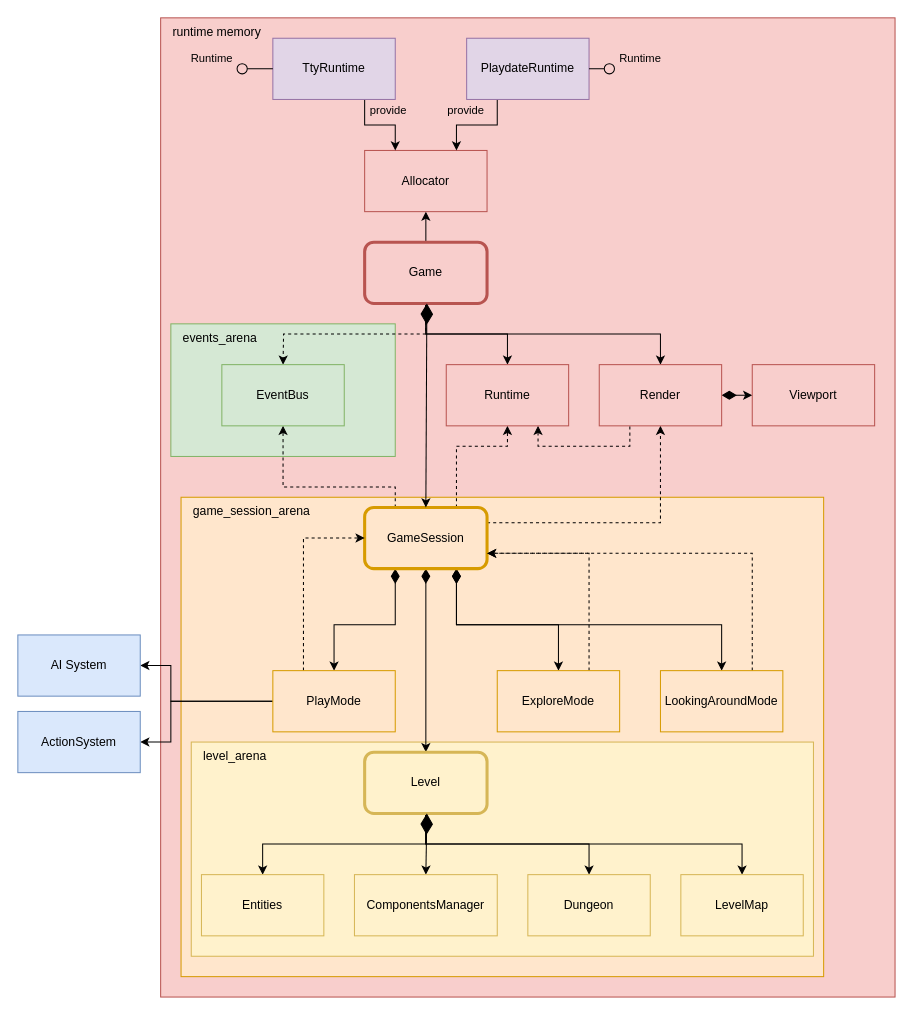
The draw.io diagram page "Main components" (2 of 8) of docs/schemas.drawio in vladimir-popov/forgotten_catacombs, before the edit. Source tidied: cells renumbered, new cells numbered last; positions are measured from the earlier drawing's top-left corner, leaving out a move shared by most shapes. Both pictures are drawn from the tidied source at 102%, with x=0, y=0 at pixel (17, 17).
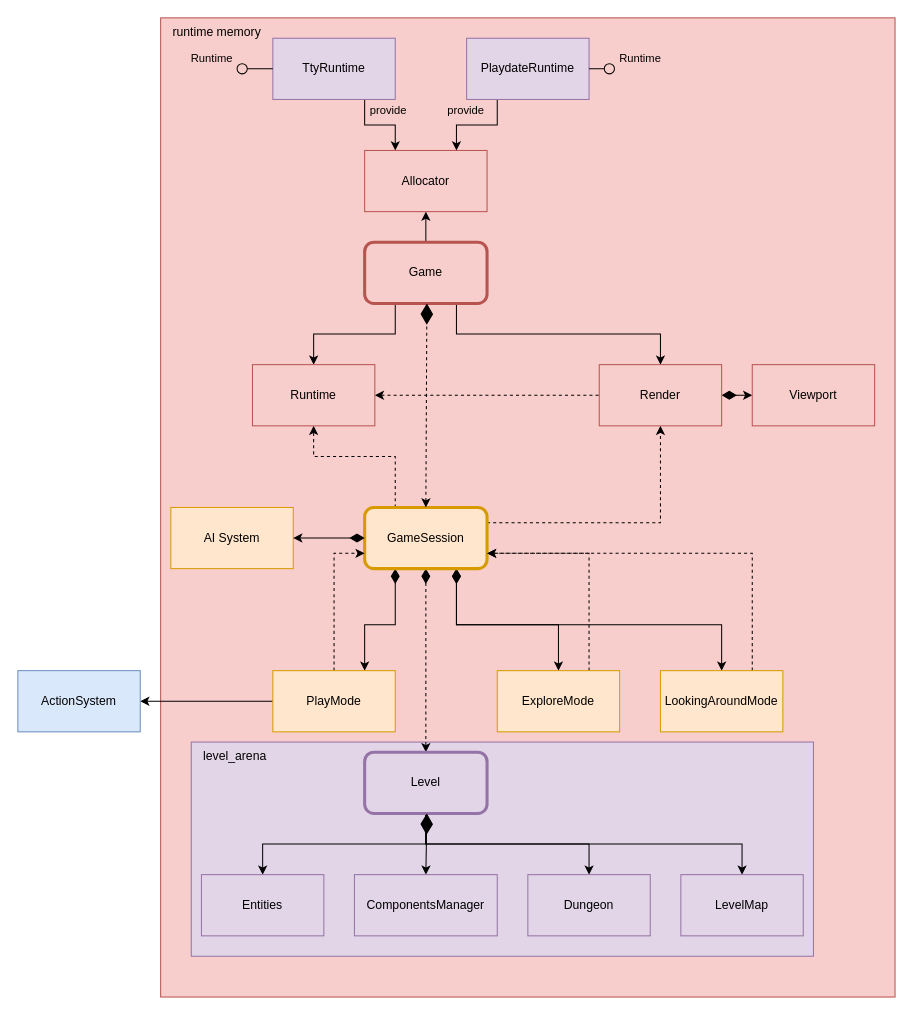
The same diagram, later.

Unchanged cells that the change refers to:
```xml
<mxCell id="10" value="Game" style="rounded=1;whiteSpace=wrap;html=1;fillColor=#f8cecc;strokeColor=#b85450;strokeWidth=3;" parent="1" vertex="1">
  <mxGeometry x="340" y="220" width="120" height="60" as="geometry" />
</mxCell>
<mxCell id="18" value="GameSession" style="rounded=1;whiteSpace=wrap;html=1;fillColor=#ffe6cc;strokeColor=#d79b00;strokeWidth=3;" parent="1" vertex="1">
  <mxGeometry x="340" y="480" width="120" height="60" as="geometry" />
</mxCell>
<mxCell id="25" value="Render" style="rounded=0;whiteSpace=wrap;html=1;fillColor=#f8cecc;strokeColor=#b85450;" parent="1" vertex="1">
  <mxGeometry x="570" y="340" width="120" height="60" as="geometry" />
</mxCell>
<mxCell id="31" value="PlayMode" style="rounded=0;whiteSpace=wrap;html=1;fillColor=#ffe6cc;strokeColor=#d79b00;" parent="1" vertex="1">
  <mxGeometry x="250" y="640" width="120" height="60" as="geometry" />
</mxCell>
```

What changed in the source:
```diff
@@
-    <mxCell id="3" value="events_arena" style="rounded=0;whiteSpace=wrap;html=1;fillColor=#d5e8d4;strokeColor=#82b366;align=left;verticalAlign=top;spacingLeft=10;" parent="1" vertex="1">
-      <mxGeometry x="150" y="300" width="220" height="130" as="geometry" />
-    </mxCell>
-    <mxCell id="4" value="game_session_arena" style="rounded=0;whiteSpace=wrap;html=1;fillColor=#ffe6cc;strokeColor=#d79b00;align=left;verticalAlign=top;spacingLeft=10;" parent="1" vertex="1">
-      <mxGeometry x="160" y="470" width="630" height="470" as="geometry" />
-    </mxCell>
-    <mxCell id="5" value="level_arena" style="rounded=0;whiteSpace=wrap;html=1;fillColor=#fff2cc;strokeColor=#d6b656;align=left;verticalAlign=top;spacingLeft=10;" parent="1" vertex="1">
+    <mxCell id="5" value="level_arena" style="rounded=0;whiteSpace=wrap;html=1;fillColor=#e1d5e7;strokeColor=#9673a6;align=left;verticalAlign=top;spacingLeft=10;" parent="1" vertex="1">
       <mxGeometry x="170" y="710" width="610" height="210" as="geometry" />
     </mxCell>
-    <mxCell id="6" style="edgeStyle=orthogonalEdgeStyle;rounded=0;jettySize=auto;html=1;exitX=0.5;exitY=1;exitDx=0;exitDy=0;dashed=1;" parent="1" edge="1" source="10">
-      <mxGeometry relative="1" as="geometry">
-        <mxPoint x="260" y="340" as="targetPoint" />
-      </mxGeometry>
-    </mxCell>
-    <mxCell id="7" style="edgeStyle=orthogonalEdgeStyle;rounded=0;jettySize=auto;html=1;exitX=0.5;exitY=1;exitDx=0;exitDy=0;entryX=0.5;entryY=0;entryDx=0;entryDy=0;" parent="1" edge="1" source="10" target="25">
+    <mxCell id="7" style="edgeStyle=orthogonalEdgeStyle;rounded=0;jettySize=auto;html=1;exitX=0.75;exitY=1;exitDx=0;exitDy=0;entryX=0.5;entryY=0;entryDx=0;entryDy=0;" parent="1" edge="1" source="10" target="25">
       <mxGeometry relative="1" as="geometry" />
     </mxCell>
-    <mxCell id="8" style="edgeStyle=orthogonalEdgeStyle;rounded=0;jettySize=auto;html=1;exitX=0.5;exitY=1;exitDx=0;exitDy=0;" parent="1" edge="1" source="10" target="45">
+    <mxCell id="8" style="edgeStyle=orthogonalEdgeStyle;rounded=0;jettySize=auto;html=1;exitX=0.25;exitY=1;exitDx=0;exitDy=0;" parent="1" edge="1" source="10" target="45">
       <mxGeometry relative="1" as="geometry" />
     </mxCell>
@@
-    <mxCell id="11" style="edgeStyle=orthogonalEdgeStyle;rounded=0;jettySize=auto;html=1;exitX=0.25;exitY=1;exitDx=0;exitDy=0;entryX=0.5;entryY=0;entryDx=0;entryDy=0;startArrow=diamondThin;startFill=1;startSize=12;" parent="1" edge="1" source="18" target="31">
+    <mxCell id="11" style="edgeStyle=orthogonalEdgeStyle;rounded=0;jettySize=auto;html=1;exitX=0.25;exitY=1;exitDx=0;exitDy=0;entryX=0.75;entryY=0;entryDx=0;entryDy=0;startArrow=diamondThin;startFill=1;startSize=12;" parent="1" edge="1" source="18" target="31">
       <mxGeometry relative="1" as="geometry" />
     </mxCell>
@@
-    <mxCell id="13" style="edgeStyle=orthogonalEdgeStyle;rounded=0;jettySize=auto;html=1;exitX=0.25;exitY=0;exitDx=0;exitDy=0;entryX=0.5;entryY=1;entryDx=0;entryDy=0;dashed=1;" parent="1" edge="1" source="18" target="40">
-      <mxGeometry relative="1" as="geometry">
-        <Array as="points">
-          <mxPoint x="370" y="460" />
-          <mxPoint x="260" y="460" />
-        </Array>
-      </mxGeometry>
-    </mxCell>
@@
-    <mxCell id="16" style="edgeStyle=orthogonalEdgeStyle;rounded=0;jettySize=auto;html=1;exitX=0.75;exitY=0;exitDx=0;exitDy=0;entryX=0.5;entryY=1;entryDx=0;entryDy=0;dashed=1;" parent="1" edge="1" source="18" target="45">
+    <mxCell id="16" style="edgeStyle=orthogonalEdgeStyle;rounded=0;jettySize=auto;html=1;exitX=0.25;exitY=0;exitDx=0;exitDy=0;entryX=0.5;entryY=1;entryDx=0;entryDy=0;dashed=1;" parent="1" edge="1" source="18" target="45">
       <mxGeometry relative="1" as="geometry">
         <Array as="points">
-          <mxPoint x="430" y="420" />
-          <mxPoint x="480" y="420" />
+          <mxPoint x="370" y="430" />
+          <mxPoint x="290" y="430" />
         </Array>
       </mxGeometry>
     </mxCell>
-    <mxCell id="17" style="edgeStyle=orthogonalEdgeStyle;rounded=0;jettySize=auto;html=1;exitX=0.5;exitY=1;exitDx=0;exitDy=0;entryX=0.5;entryY=0;entryDx=0;entryDy=0;startArrow=diamondThin;startFill=1;startSize=12;" parent="1" edge="1" source="18" target="22">
+    <mxCell id="17" style="edgeStyle=orthogonalEdgeStyle;rounded=0;jettySize=auto;html=1;exitX=0.5;exitY=1;exitDx=0;exitDy=0;entryX=0.5;entryY=0;entryDx=0;entryDy=0;startArrow=diamondThin;startFill=1;startSize=12;dashed=1;" parent="1" edge="1" source="18" target="22">
       <mxGeometry relative="1" as="geometry" />
     </mxCell>
@@
-    <mxCell id="22" value="Level" style="rounded=1;whiteSpace=wrap;html=1;fillColor=#fff2cc;strokeColor=#d6b656;strokeWidth=3;align=center;verticalAlign=middle;fontFamily=Helvetica;fontSize=12;" parent="1" vertex="1">
+    <mxCell id="22" value="Level" style="rounded=1;whiteSpace=wrap;html=1;fillColor=#e1d5e7;strokeColor=#9673a6;strokeWidth=3;align=center;verticalAlign=middle;fontFamily=Helvetica;fontSize=12;" parent="1" vertex="1">
       <mxGeometry x="340" y="720" width="120" height="60" as="geometry" />
     </mxCell>
-    <mxCell id="23" value="Dungeon" style="rounded=0;whiteSpace=wrap;html=1;fillColor=#fff2cc;strokeColor=#d6b656;" parent="1" vertex="1">
+    <mxCell id="23" value="Dungeon" style="rounded=0;whiteSpace=wrap;html=1;fillColor=#e1d5e7;strokeColor=#9673a6;" parent="1" vertex="1">
       <mxGeometry x="500" y="840" width="120" height="60" as="geometry" />
     </mxCell>
@@
-    <mxCell id="26" style="endArrow=diamondThin;endFill=1;endSize=18;html=1;rounded=0;exitX=0.5;exitY=0;exitDx=0;exitDy=0;startArrow=classic;startFill=1;strokeWidth=1;" parent="1" edge="1" source="18">
+    <mxCell id="26" style="endArrow=diamondThin;endFill=1;endSize=18;html=1;rounded=0;exitX=0.5;exitY=0;exitDx=0;exitDy=0;startArrow=classic;startFill=1;strokeWidth=1;dashed=1;" parent="1" edge="1" source="18">
       <mxGeometry relative="1" as="geometry">
         <mxPoint x="401" y="280" as="targetPoint" />
       </mxGeometry>
     </mxCell>
@@
-    <mxCell id="28" style="edgeStyle=orthogonalEdgeStyle;rounded=0;jettySize=auto;html=1;exitX=0.25;exitY=0;exitDx=0;exitDy=0;entryX=0;entryY=0.5;entryDx=0;entryDy=0;dashed=1;" parent="1" edge="1" source="31" target="18">
+    <mxCell id="28" style="edgeStyle=orthogonalEdgeStyle;rounded=0;jettySize=auto;html=1;exitX=0.5;exitY=0;exitDx=0;exitDy=0;entryX=0;entryY=0.75;entryDx=0;entryDy=0;dashed=1;" parent="1" edge="1" source="31" target="18">
       <mxGeometry relative="1" as="geometry" />
     </mxCell>
-    <mxCell id="29" style="edgeStyle=orthogonalEdgeStyle;rounded=0;jettySize=auto;html=1;exitX=0;exitY=0.5;exitDx=0;exitDy=0;entryX=1;entryY=0.5;entryDx=0;entryDy=0;" parent="1" edge="1" source="31" target="37">
-      <mxGeometry relative="1" as="geometry">
-        <Array as="points">
-          <mxPoint x="150" y="670" />
-          <mxPoint x="150" y="635" />
-        </Array>
-      </mxGeometry>
-    </mxCell>
     <mxCell id="30" style="edgeStyle=orthogonalEdgeStyle;rounded=0;jettySize=auto;html=1;exitX=0;exitY=0.5;exitDx=0;exitDy=0;entryX=1;entryY=0.5;entryDx=0;entryDy=0;" parent="1" edge="1" source="31" target="38">
       <mxGeometry relative="1" as="geometry">
         <Array as="points">
           <mxPoint x="150" y="670" />
-          <mxPoint x="150" y="710" />
+          <mxPoint x="150" y="670" />
         </Array>
       </mxGeometry>
     </mxCell>
@@
-    <mxCell id="34" value="ComponentsManager" style="rounded=0;whiteSpace=wrap;html=1;fillColor=#fff2cc;strokeColor=#d6b656;" parent="1" vertex="1">
+    <mxCell id="34" value="ComponentsManager" style="rounded=0;whiteSpace=wrap;html=1;fillColor=#e1d5e7;strokeColor=#9673a6;" parent="1" vertex="1">
       <mxGeometry x="330" y="840" width="140" height="60" as="geometry" />
     </mxCell>
-    <mxCell id="35" value="Entities" style="rounded=0;whiteSpace=wrap;html=1;fillColor=#fff2cc;strokeColor=#d6b656;" parent="1" vertex="1">
+    <mxCell id="35" value="Entities" style="rounded=0;whiteSpace=wrap;html=1;fillColor=#e1d5e7;strokeColor=#9673a6;" parent="1" vertex="1">
       <mxGeometry x="180" y="840" width="120" height="60" as="geometry" />
     </mxCell>
-    <mxCell id="36" value="LevelMap" style="rounded=0;whiteSpace=wrap;html=1;fillColor=#fff2cc;strokeColor=#d6b656;" parent="1" vertex="1">
+    <mxCell id="36" value="LevelMap" style="rounded=0;whiteSpace=wrap;html=1;fillColor=#e1d5e7;strokeColor=#9673a6;" parent="1" vertex="1">
       <mxGeometry x="650" y="840" width="120" height="60" as="geometry" />
     </mxCell>
-    <mxCell id="37" value="AI System" style="rounded=0;whiteSpace=wrap;html=1;fillColor=#dae8fc;strokeColor=#6c8ebf;" parent="1" vertex="1">
-      <mxGeometry y="605" width="120" height="60" as="geometry" />
+    <mxCell id="37" value="AI System" style="rounded=0;whiteSpace=wrap;html=1;fillColor=#ffe6cc;strokeColor=#d79b00;" parent="1" vertex="1">
+      <mxGeometry x="150" y="480" width="120" height="60" as="geometry" />
     </mxCell>
     <mxCell id="38" value="ActionSystem" style="rounded=0;whiteSpace=wrap;html=1;fillColor=#dae8fc;strokeColor=#6c8ebf;" parent="1" vertex="1">
-      <mxGeometry y="680" width="120" height="60" as="geometry" />
+      <mxGeometry y="640" width="120" height="60" as="geometry" />
     </mxCell>
@@
-    <mxCell id="40" value="EventBus" style="rounded=0;whiteSpace=wrap;html=1;fillColor=#d5e8d4;strokeColor=#82b366;" parent="1" vertex="1">
-      <mxGeometry x="200" y="340" width="120" height="60" as="geometry" />
-    </mxCell>
@@
-    <mxCell id="44" style="edgeStyle=orthogonalEdgeStyle;rounded=0;jettySize=auto;html=1;exitX=0.75;exitY=1;exitDx=0;exitDy=0;entryX=0.25;entryY=1;entryDx=0;entryDy=0;dashed=1;endArrow=none;endFill=0;startArrow=classic;startFill=1;" parent="1" edge="1" source="45" target="25">
+    <mxCell id="44" style="edgeStyle=orthogonalEdgeStyle;rounded=0;jettySize=auto;html=1;exitX=1;exitY=0.5;exitDx=0;exitDy=0;entryX=0;entryY=0.5;entryDx=0;entryDy=0;dashed=1;endArrow=none;endFill=0;startArrow=classic;startFill=1;" parent="1" edge="1" source="45" target="25">
       <mxGeometry relative="1" as="geometry" />
     </mxCell>
     <mxCell id="45" value="Runtime" style="rounded=0;whiteSpace=wrap;html=1;fillColor=#f8cecc;strokeColor=#b85450;" parent="1" vertex="1">
-      <mxGeometry x="420" y="340" width="120" height="60" as="geometry" />
+      <mxGeometry x="230" y="340" width="120" height="60" as="geometry" />
     </mxCell>
@@
+    <mxCell id="55" style="edgeStyle=orthogonalEdgeStyle;rounded=0;jettySize=auto;html=1;exitX=0;exitY=0.5;exitDx=0;exitDy=0;entryX=1;entryY=0.5;entryDx=0;entryDy=0;startArrow=diamondThin;startFill=1;startSize=12;" parent="1" edge="1" source="18" target="37">
+      <mxGeometry relative="1" as="geometry" />
+    </mxCell>
```
